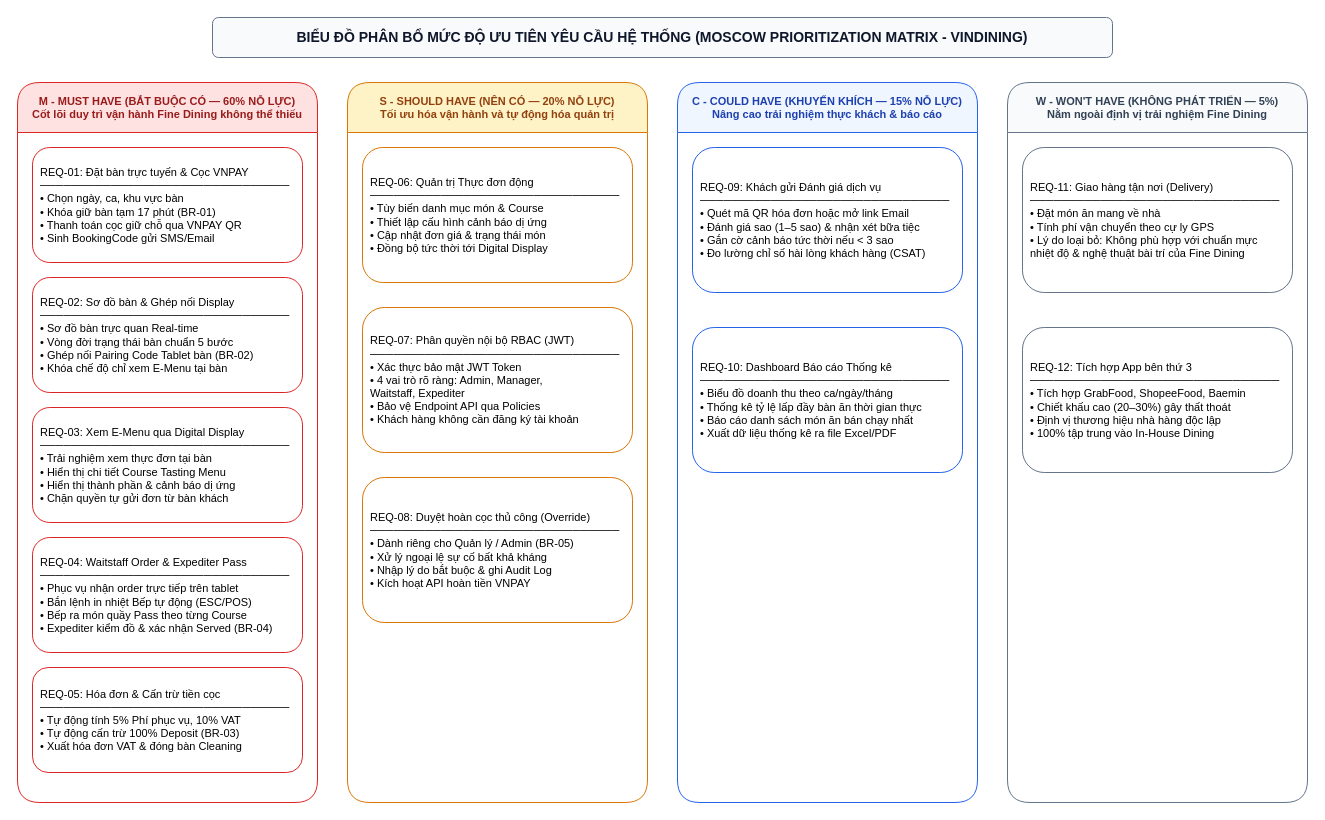
Earlier version of the draw.io diagram docs/phase1/drawio/moscow_prioritization.drawio (AndrewQng/VinDining). Source tidied: cells renumbered, new cells numbered last; positions are measured from the earlier drawing's top-left corner, leaving out a move shared by most shapes. Both pictures are drawn from the tidied source at 100%, with x=0, y=0 at pixel (17, 17).
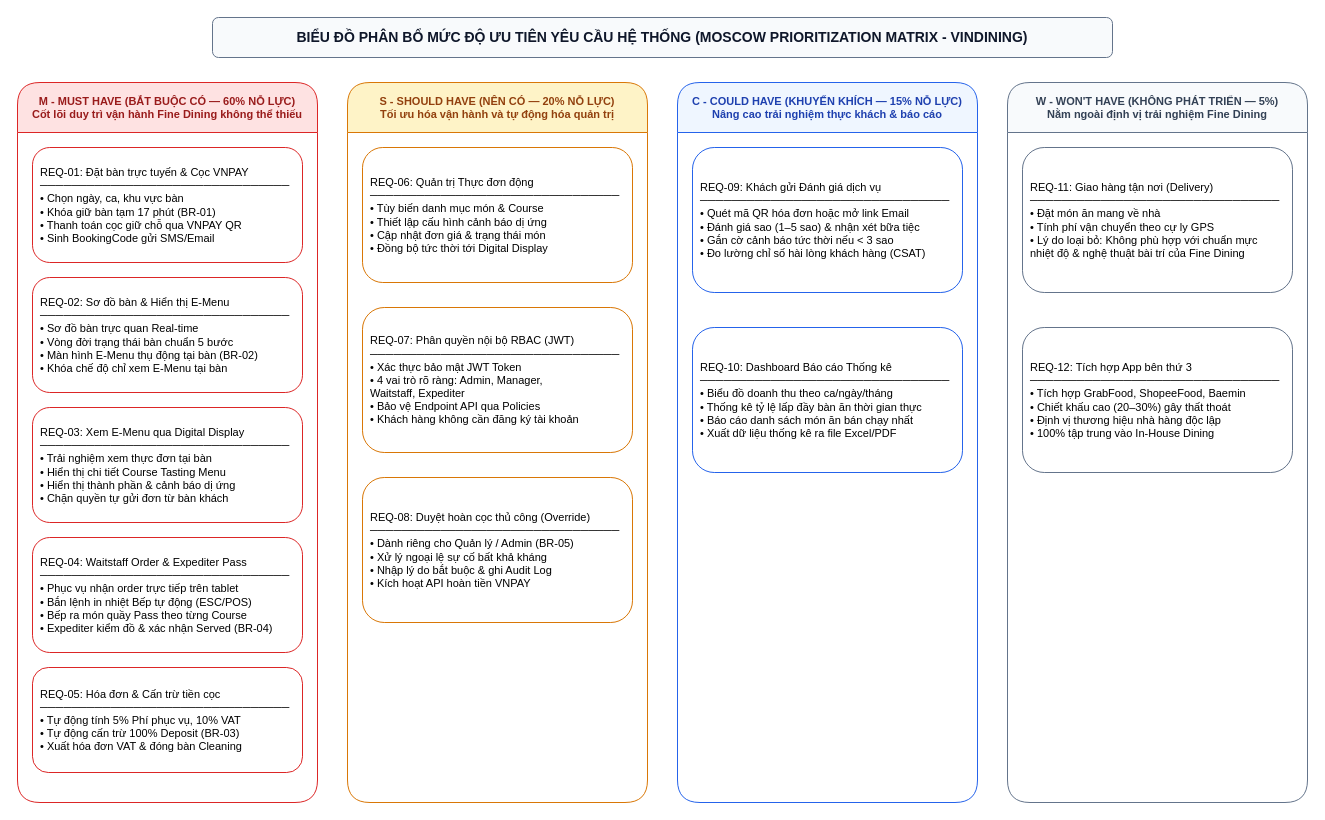
Above is the later version.

Diff of the diagram source:
```diff
@@
 <mxGraphModel>
   <root>
     <mxCell id="0" />
     <mxCell id="1" parent="0" />
     <mxCell id="2" value="BIỂU ĐỒ PHÂN BỔ MỨC ĐỘ ƯU TIÊN YÊU CẦU HỆ THỐNG (MOSCOW PRIORITIZATION MATRIX - VINDINING)" style="rounded=1;whiteSpace=wrap;html=1;fillColor=#f8fafc;strokeColor=#64748b;fontStyle=1;fontSize=14;fontColor=#0f172a;" parent="1" vertex="1">
       <mxGeometry x="195" width="900" height="40" as="geometry" />
     </mxCell>
     <mxCell id="3" value="M - MUST HAVE (BẮT BUỘC CÓ — 60% NỖ LỰC)&#10;Cốt lõi duy trì vận hành Fine Dining không thể thiếu" style="swimlane;startSize=50;fillColor=#fee2e2;strokeColor=#dc2626;fontStyle=1;rounded=1;fontSize=11;fontColor=#991b1b;" parent="1" vertex="1">
       <mxGeometry y="65" width="300" height="720" as="geometry" />
     </mxCell>
     <mxCell id="4" value="REQ-01: Đặt bàn trực tuyến &amp; Cọc VNPAY&#10;────────────────────────────────&#10;• Chọn ngày, ca, khu vực bàn&#10;• Khóa giữ bàn tạm 17 phút (BR-01)&#10;• Thanh toán cọc giữ chỗ qua VNPAY QR&#10;• Sinh BookingCode gửi SMS/Email" style="rounded=1;whiteSpace=wrap;html=1;fillColor=#ffffff;strokeColor=#dc2626;align=left;spacing=8;fontSize=11;" parent="3" vertex="1">
       <mxGeometry x="15" y="65" width="270" height="115" as="geometry" />
     </mxCell>
-    <mxCell id="5" value="REQ-02: Sơ đồ bàn &amp; Ghép nối Display&#10;────────────────────────────────&#10;• Sơ đồ bàn trực quan Real-time&#10;• Vòng đời trạng thái bàn chuẩn 5 bước&#10;• Ghép nối Pairing Code Tablet bàn (BR-02)&#10;• Khóa chế độ chỉ xem E-Menu tại bàn" style="rounded=1;whiteSpace=wrap;html=1;fillColor=#ffffff;strokeColor=#dc2626;align=left;spacing=8;fontSize=11;" parent="3" vertex="1">
+    <mxCell id="5" value="REQ-02: Sơ đồ bàn &amp; Hiển thị E-Menu&#10;────────────────────────────────&#10;• Sơ đồ bàn trực quan Real-time&#10;• Vòng đời trạng thái bàn chuẩn 5 bước&#10;• Màn hình E-Menu thụ động tại bàn (BR-02)&#10;• Khóa chế độ chỉ xem E-Menu tại bàn" style="rounded=1;whiteSpace=wrap;html=1;fillColor=#ffffff;strokeColor=#dc2626;align=left;spacing=8;fontSize=11;" parent="3" vertex="1">
       <mxGeometry x="15" y="195" width="270" height="115" as="geometry" />
     </mxCell>
     <mxCell id="6" value="REQ-03: Xem E-Menu qua Digital Display&#10;────────────────────────────────&#10;• Trải nghiệm xem thực đơn tại bàn&#10;• Hiển thị chi tiết Course Tasting Menu&#10;• Hiển thị thành phần &amp; cảnh báo dị ứng&#10;• Chặn quyền tự gửi đơn từ bàn khách" style="rounded=1;whiteSpace=wrap;html=1;fillColor=#ffffff;strokeColor=#dc2626;align=left;spacing=8;fontSize=11;" parent="3" vertex="1">
       <mxGeometry x="15" y="325" width="270" height="115" as="geometry" />
     </mxCell>
     <mxCell id="7" value="REQ-04: Waitstaff Order &amp; Expediter Pass&#10;────────────────────────────────&#10;• Phục vụ nhận order trực tiếp trên tablet&#10;• Bắn lệnh in nhiệt Bếp tự động (ESC/POS)&#10;• Bếp ra món quầy Pass theo từng Course&#10;• Expediter kiểm đồ &amp; xác nhận Served (BR-04)" style="rounded=1;whiteSpace=wrap;html=1;fillColor=#ffffff;strokeColor=#dc2626;align=left;spacing=8;fontSize=11;" parent="3" vertex="1">
       <mxGeometry x="15" y="455" width="270" height="115" as="geometry" />
     </mxCell>
     <mxCell id="8" value="REQ-05: Hóa đơn &amp; Cấn trừ tiền cọc&#10;────────────────────────────────&#10;• Tự động tính 5% Phí phục vụ, 10% VAT&#10;• Tự động cấn trừ 100% Deposit (BR-03)&#10;• Xuất hóa đơn VAT &amp; đóng bàn Cleaning" style="rounded=1;whiteSpace=wrap;html=1;fillColor=#ffffff;strokeColor=#dc2626;align=left;spacing=8;fontSize=11;" parent="3" vertex="1">
       <mxGeometry x="15" y="585" width="270" height="105" as="geometry" />
     </mxCell>
     <mxCell id="9" value="S - SHOULD HAVE (NÊN CÓ — 20% NỖ LỰC)&#10;Tối ưu hóa vận hành và tự động hóa quản trị" style="swimlane;startSize=50;fillColor=#fef3c7;strokeColor=#d97706;fontStyle=1;rounded=1;fontSize=11;fontColor=#92400e;" parent="1" vertex="1">
       <mxGeometry x="330" y="65" width="300" height="720" as="geometry" />
     </mxCell>
     <mxCell id="10" value="REQ-06: Quản trị Thực đơn động&#10;────────────────────────────────&#10;• Tùy biến danh mục món &amp; Course&#10;• Thiết lập cấu hình cảnh báo dị ứng&#10;• Cập nhật đơn giá &amp; trạng thái món&#10;• Đồng bộ tức thời tới Digital Display" style="rounded=1;whiteSpace=wrap;html=1;fillColor=#ffffff;strokeColor=#d97706;align=left;spacing=8;fontSize=11;" parent="9" vertex="1">
       <mxGeometry x="15" y="65" width="270" height="135" as="geometry" />
     </mxCell>
     <mxCell id="11" value="REQ-07: Phân quyền nội bộ RBAC (JWT)&#10;────────────────────────────────&#10;• Xác thực bảo mật JWT Token&#10;• 4 vai trò rõ ràng: Admin, Manager,&#10;  Waitstaff, Expediter&#10;• Bảo vệ Endpoint API qua Policies&#10;• Khách hàng không cần đăng ký tài khoản" style="rounded=1;whiteSpace=wrap;html=1;fillColor=#ffffff;strokeColor=#d97706;align=left;spacing=8;fontSize=11;" parent="9" vertex="1">
       <mxGeometry x="15" y="225" width="270" height="145" as="geometry" />
     </mxCell>
     <mxCell id="12" value="REQ-08: Duyệt hoàn cọc thủ công (Override)&#10;────────────────────────────────&#10;• Dành riêng cho Quản lý / Admin (BR-05)&#10;• Xử lý ngoại lệ sự cố bất khả kháng&#10;• Nhập lý do bắt buộc &amp; ghi Audit Log&#10;• Kích hoạt API hoàn tiền VNPAY" style="rounded=1;whiteSpace=wrap;html=1;fillColor=#ffffff;strokeColor=#d97706;align=left;spacing=8;fontSize=11;" parent="9" vertex="1">
       <mxGeometry x="15" y="395" width="270" height="145" as="geometry" />
     </mxCell>
     <mxCell id="13" value="C - COULD HAVE (KHUYẾN KHÍCH — 15% NỖ LỰC)&#10;Nâng cao trải nghiệm thực khách &amp; báo cáo" style="swimlane;startSize=50;fillColor=#eff6ff;strokeColor=#2563eb;fontStyle=1;rounded=1;fontSize=11;fontColor=#1e40af;" parent="1" vertex="1">
       <mxGeometry x="660" y="65" width="300" height="720" as="geometry" />
     </mxCell>
     <mxCell id="14" value="REQ-09: Khách gửi Đánh giá dịch vụ&#10;────────────────────────────────&#10;• Quét mã QR hóa đơn hoặc mở link Email&#10;• Đánh giá sao (1–5 sao) &amp; nhận xét bữa tiệc&#10;• Gắn cờ cảnh báo tức thời nếu &lt; 3 sao&#10;• Đo lường chỉ số hài lòng khách hàng (CSAT)" style="rounded=1;whiteSpace=wrap;html=1;fillColor=#ffffff;strokeColor=#2563eb;align=left;spacing=8;fontSize=11;" parent="13" vertex="1">
       <mxGeometry x="15" y="65" width="270" height="145" as="geometry" />
     </mxCell>
     <mxCell id="15" value="REQ-10: Dashboard Báo cáo Thống kê&#10;────────────────────────────────&#10;• Biểu đồ doanh thu theo ca/ngày/tháng&#10;• Thống kê tỷ lệ lấp đầy bàn ăn thời gian thực&#10;• Báo cáo danh sách món ăn bán chạy nhất&#10;• Xuất dữ liệu thống kê ra file Excel/PDF" style="rounded=1;whiteSpace=wrap;html=1;fillColor=#ffffff;strokeColor=#2563eb;align=left;spacing=8;fontSize=11;" parent="13" vertex="1">
       <mxGeometry x="15" y="245" width="270" height="145" as="geometry" />
     </mxCell>
     <mxCell id="16" value="W - WON'T HAVE (KHÔNG PHÁT TRIỂN — 5%)&#10;Nằm ngoài định vị trải nghiệm Fine Dining" style="swimlane;startSize=50;fillColor=#f8fafc;strokeColor=#64748b;fontStyle=1;rounded=1;fontSize=11;fontColor=#334155;" parent="1" vertex="1">
       <mxGeometry x="990" y="65" width="300" height="720" as="geometry" />
     </mxCell>
     <mxCell id="17" value="REQ-11: Giao hàng tận nơi (Delivery)&#10;────────────────────────────────&#10;• Đặt món ăn mang về nhà&#10;• Tính phí vận chuyển theo cự ly GPS&#10;• Lý do loại bỏ: Không phù hợp với chuẩn mực&#10;  nhiệt độ &amp; nghệ thuật bài trí của Fine Dining" style="rounded=1;whiteSpace=wrap;html=1;fillColor=#ffffff;strokeColor=#64748b;align=left;spacing=8;fontSize=11;" parent="16" vertex="1">
       <mxGeometry x="15" y="65" width="270" height="145" as="geometry" />
     </mxCell>
     <mxCell id="18" value="REQ-12: Tích hợp App bên thứ 3&#10;────────────────────────────────&#10;• Tích hợp GrabFood, ShopeeFood, Baemin&#10;• Chiết khấu cao (20–30%) gây thất thoát&#10;• Định vị thương hiệu nhà hàng độc lập&#10;• 100% tập trung vào In-House Dining" style="rounded=1;whiteSpace=wrap;html=1;fillColor=#ffffff;strokeColor=#64748b;align=left;spacing=8;fontSize=11;" parent="16" vertex="1">
       <mxGeometry x="15" y="245" width="270" height="145" as="geometry" />
     </mxCell>
   </root>
 </mxGraphModel>
```
